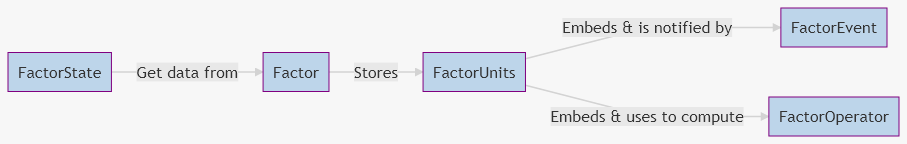
Earlier version of the Mermaid export Docs/mermaid/basic-class.png (NansPellicari/UE4-FactorsFactory). Its source is kept beside it as Docs/mermaid/basic-class.mmd.
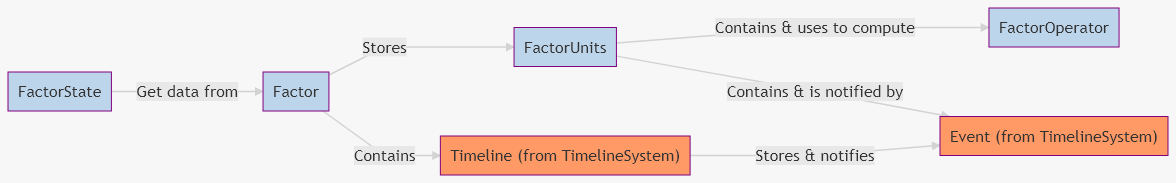
Later version of the same file.

Commit message:
refacto: use straighlty Event objects from TimelineSystem plugins

Change to the diagram source:
```diff
@@ -1,3 +1,7 @@
 graph LR
-FS[FactorState] -- Get data from --> F[Factor] -- Stores --> FU[FactorUnits] -- Embeds & is notified by --> FE[FactorEvent]
-FU -- Embeds & uses to compute --> FO[FactorOperator]
+FS[FactorState] -- Get data from --> F[Factor] -- Stores --> FU[FactorUnits] -- Contains & uses to compute --> FO[FactorOperator]
+F -- Contains -->  T["Timeline (from TimelineSystem)"]:::S
+FU -- Contains & is notified by --> E["Event (from TimelineSystem)"]:::S
+T -- Stores & notifies --> E
+
+classDef S fill:#f96;
```
